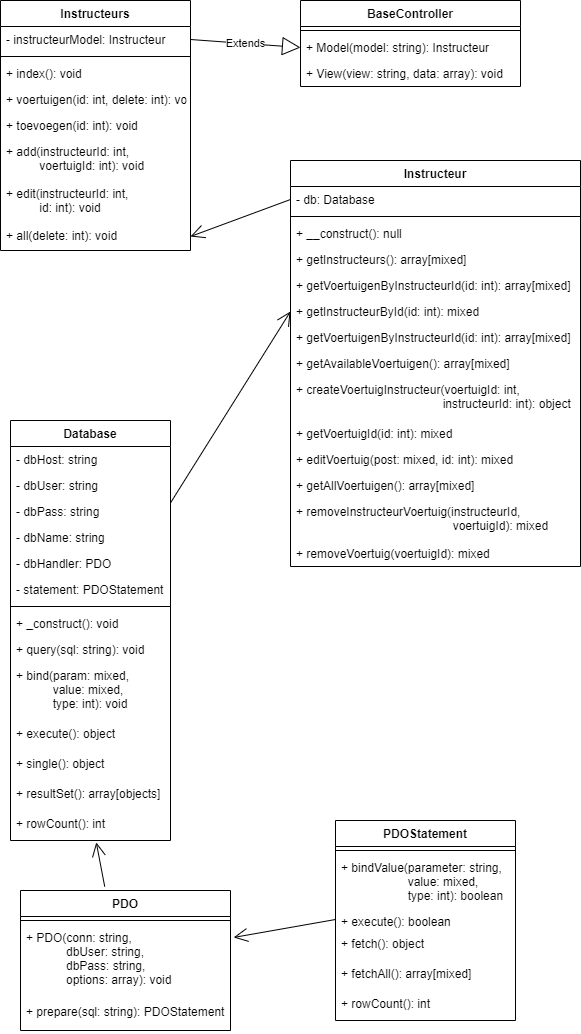
Earlier version of the draw.io export docs/beJ2P3class.drawio.png (dphoeng/BE-opdracht11-329163). Source tidied: cells renumbered, new cells last; positions are measured from the earlier drawing's top-left corner, leaving out a move shared by most shapes. The source it was exported from:
```xml
<mxGraphModel>
  <root>
    <mxCell id="0" />
    <mxCell id="1" parent="0" />
    <mxCell id="2" value="Instructeurs" style="swimlane;fontStyle=1;align=center;verticalAlign=top;horizontal=1;startSize=26;" parent="1" vertex="1">
      <mxGeometry width="190" height="250" as="geometry" />
    </mxCell>
    <mxCell id="3" value="- instructeurModel: Instructeur" style="text;strokeColor=none;fillColor=none;align=left;verticalAlign=top;spacingLeft=4;spacingRight=4;overflow=hidden;points=[[0,0.5],[1,0.5]];portConstraint=eastwest;" parent="2" vertex="1">
      <mxGeometry y="26" width="190" height="26" as="geometry" />
    </mxCell>
    <mxCell id="4" style="line;strokeWidth=1;fillColor=none;align=left;verticalAlign=middle;spacingTop=-1;spacingLeft=3;spacingRight=3;labelPosition=right;strokeColor=inherit;" parent="2" vertex="1">
      <mxGeometry y="52" width="190" height="8" as="geometry" />
    </mxCell>
    <mxCell id="5" value="+ index(): void" style="text;strokeColor=none;fillColor=none;align=left;verticalAlign=top;spacingLeft=4;spacingRight=4;overflow=hidden;" parent="2" vertex="1">
      <mxGeometry y="60" width="190" height="26" as="geometry" />
    </mxCell>
    <mxCell id="6" value="+ voertuigen(id: int, delete: int): void" style="text;strokeColor=none;fillColor=none;align=left;verticalAlign=top;spacingLeft=4;spacingRight=4;overflow=hidden;" parent="2" vertex="1">
      <mxGeometry y="86" width="190" height="26" as="geometry" />
    </mxCell>
    <mxCell id="7" value="+ toevoegen(id: int): void" style="text;strokeColor=none;fillColor=none;align=left;verticalAlign=top;spacingLeft=4;spacingRight=4;overflow=hidden;" parent="2" vertex="1">
      <mxGeometry y="112" width="190" height="26" as="geometry" />
    </mxCell>
    <mxCell id="8" value="+ add(instructeurId: int,&#10;          voertuigId: int): void" style="text;strokeColor=none;fillColor=none;align=left;verticalAlign=top;spacingLeft=4;spacingRight=4;overflow=hidden;" parent="2" vertex="1">
      <mxGeometry y="138" width="190" height="42" as="geometry" />
    </mxCell>
    <mxCell id="9" value="+ edit(instructeurId: int,&#10;          id: int): void" style="text;strokeColor=none;fillColor=none;align=left;verticalAlign=top;spacingLeft=4;spacingRight=4;overflow=hidden;" parent="2" vertex="1">
      <mxGeometry y="180" width="190" height="42" as="geometry" />
    </mxCell>
    <mxCell id="10" value="+ all(delete: int): void" style="text;strokeColor=none;fillColor=none;align=left;verticalAlign=top;spacingLeft=4;spacingRight=4;overflow=hidden;points=[[0,0.5],[1,0.5]];portConstraint=eastwest;" parent="2" vertex="1">
      <mxGeometry y="222" width="190" height="28" as="geometry" />
    </mxCell>
    <mxCell id="11" value="BaseController" style="swimlane;fontStyle=1;align=center;verticalAlign=top;horizontal=1;startSize=26;" parent="1" vertex="1">
      <mxGeometry x="300" width="220" height="86" as="geometry" />
    </mxCell>
    <mxCell id="12" style="line;strokeWidth=1;fillColor=none;align=left;verticalAlign=middle;spacingTop=-1;spacingLeft=3;spacingRight=3;labelPosition=right;strokeColor=inherit;" parent="11" vertex="1">
      <mxGeometry y="26" width="220" height="8" as="geometry" />
    </mxCell>
    <mxCell id="13" value="+ Model(model: string): Instructeur" style="text;strokeColor=none;fillColor=none;align=left;verticalAlign=top;spacingLeft=4;spacingRight=4;overflow=hidden;points=[[0,0.5],[1,0.5]];portConstraint=eastwest;" parent="11" vertex="1">
      <mxGeometry y="34" width="220" height="26" as="geometry" />
    </mxCell>
    <mxCell id="14" value="+ View(view: string, data: array): void" style="text;strokeColor=none;fillColor=none;align=left;verticalAlign=top;spacingLeft=4;spacingRight=4;overflow=hidden;" parent="11" vertex="1">
      <mxGeometry y="60" width="220" height="26" as="geometry" />
    </mxCell>
    <mxCell id="15" value="Database" style="swimlane;fontStyle=1;align=center;verticalAlign=top;horizontal=1;startSize=26;" parent="1" vertex="1">
      <mxGeometry x="10" y="420" width="160" height="420" as="geometry" />
    </mxCell>
    <mxCell id="16" value="- dbHost: string" style="text;strokeColor=none;fillColor=none;align=left;verticalAlign=top;spacingLeft=4;spacingRight=4;overflow=hidden;" parent="15" vertex="1">
      <mxGeometry y="26" width="160" height="26" as="geometry" />
    </mxCell>
    <mxCell id="17" value="- dbUser: string" style="text;strokeColor=none;fillColor=none;align=left;verticalAlign=top;spacingLeft=4;spacingRight=4;overflow=hidden;" parent="15" vertex="1">
      <mxGeometry y="52" width="160" height="26" as="geometry" />
    </mxCell>
    <mxCell id="18" value="- dbPass: string" style="text;strokeColor=none;fillColor=none;align=left;verticalAlign=top;spacingLeft=4;spacingRight=4;overflow=hidden;" parent="15" vertex="1">
      <mxGeometry y="78" width="160" height="26" as="geometry" />
    </mxCell>
    <mxCell id="19" value="- dbName: string" style="text;strokeColor=none;fillColor=none;align=left;verticalAlign=top;spacingLeft=4;spacingRight=4;overflow=hidden;" parent="15" vertex="1">
      <mxGeometry y="104" width="160" height="26" as="geometry" />
    </mxCell>
    <mxCell id="20" value="- dbHandler: PDO" style="text;strokeColor=none;fillColor=none;align=left;verticalAlign=top;spacingLeft=4;spacingRight=4;overflow=hidden;" parent="15" vertex="1">
      <mxGeometry y="130" width="160" height="26" as="geometry" />
    </mxCell>
    <mxCell id="21" value="- statement: PDOStatement" style="text;strokeColor=none;fillColor=none;align=left;verticalAlign=top;spacingLeft=4;spacingRight=4;overflow=hidden;" parent="15" vertex="1">
      <mxGeometry y="156" width="160" height="26" as="geometry" />
    </mxCell>
    <mxCell id="22" style="line;strokeWidth=1;fillColor=none;align=left;verticalAlign=middle;spacingTop=-1;spacingLeft=3;spacingRight=3;labelPosition=right;strokeColor=inherit;" parent="15" vertex="1">
      <mxGeometry y="182" width="160" height="8" as="geometry" />
    </mxCell>
    <mxCell id="23" value="+ _construct(): void" style="text;strokeColor=none;fillColor=none;align=left;verticalAlign=top;spacingLeft=4;spacingRight=4;overflow=hidden;" parent="15" vertex="1">
      <mxGeometry y="190" width="160" height="26" as="geometry" />
    </mxCell>
    <mxCell id="24" value="+ query(sql: string): void" style="text;strokeColor=none;fillColor=none;align=left;verticalAlign=top;spacingLeft=4;spacingRight=4;overflow=hidden;" parent="15" vertex="1">
      <mxGeometry y="216" width="160" height="26" as="geometry" />
    </mxCell>
    <mxCell id="25" value="+ bind(param: mixed, &#10;           value: mixed,&#10;           type: int): void" style="text;strokeColor=none;fillColor=none;align=left;verticalAlign=top;spacingLeft=4;spacingRight=4;overflow=hidden;" parent="15" vertex="1">
      <mxGeometry y="242" width="160" height="58" as="geometry" />
    </mxCell>
    <mxCell id="26" value="+ execute(): object" style="text;strokeColor=none;fillColor=none;align=left;verticalAlign=top;spacingLeft=4;spacingRight=4;overflow=hidden;" parent="15" vertex="1">
      <mxGeometry y="300" width="160" height="30" as="geometry" />
    </mxCell>
    <mxCell id="27" value="+ single(): object" style="text;strokeColor=none;fillColor=none;align=left;verticalAlign=top;spacingLeft=4;spacingRight=4;overflow=hidden;" parent="15" vertex="1">
      <mxGeometry y="330" width="160" height="30" as="geometry" />
    </mxCell>
    <mxCell id="28" value="+ resultSet(): array[objects]" style="text;strokeColor=none;fillColor=none;align=left;verticalAlign=top;spacingLeft=4;spacingRight=4;overflow=hidden;" parent="15" vertex="1">
      <mxGeometry y="360" width="160" height="30" as="geometry" />
    </mxCell>
    <mxCell id="29" value="+ rowCount(): int" style="text;strokeColor=none;fillColor=none;align=left;verticalAlign=top;spacingLeft=4;spacingRight=4;overflow=hidden;points=[[0,0.5],[1,0.5]];portConstraint=eastwest;" parent="15" vertex="1">
      <mxGeometry y="390" width="160" height="30" as="geometry" />
    </mxCell>
    <mxCell id="30" value="Instructeur" style="swimlane;fontStyle=1;align=center;verticalAlign=top;horizontal=1;startSize=26;" parent="1" vertex="1">
      <mxGeometry x="290" y="160" width="290" height="406" as="geometry" />
    </mxCell>
    <mxCell id="31" value="- db: Database" style="text;strokeColor=none;fillColor=none;align=left;verticalAlign=top;spacingLeft=4;spacingRight=4;overflow=hidden;points=[[0,0.5],[1,0.5]];portConstraint=eastwest;" parent="30" vertex="1">
      <mxGeometry y="26" width="290" height="26" as="geometry" />
    </mxCell>
    <mxCell id="32" style="line;strokeWidth=1;fillColor=none;align=left;verticalAlign=middle;spacingTop=-1;spacingLeft=3;spacingRight=3;labelPosition=right;strokeColor=inherit;" parent="30" vertex="1">
      <mxGeometry y="52" width="290" height="8" as="geometry" />
    </mxCell>
    <mxCell id="33" value="+ __construct(): null" style="text;strokeColor=none;fillColor=none;align=left;verticalAlign=top;spacingLeft=4;spacingRight=4;overflow=hidden;" parent="30" vertex="1">
      <mxGeometry y="60" width="290" height="26" as="geometry" />
    </mxCell>
    <mxCell id="34" value="+ getInstructeurs(): array[mixed]" style="text;strokeColor=none;fillColor=none;align=left;verticalAlign=top;spacingLeft=4;spacingRight=4;overflow=hidden;" parent="30" vertex="1">
      <mxGeometry y="86" width="290" height="26" as="geometry" />
    </mxCell>
    <mxCell id="35" value="+ getVoertuigenByInstructeurId(id: int): array[mixed]" style="text;strokeColor=none;fillColor=none;align=left;verticalAlign=top;spacingLeft=4;spacingRight=4;overflow=hidden;" parent="30" vertex="1">
      <mxGeometry y="112" width="290" height="26" as="geometry" />
    </mxCell>
    <mxCell id="36" value="+ getInstructeurById(id: int): mixed" style="text;strokeColor=none;fillColor=none;align=left;verticalAlign=top;spacingLeft=4;spacingRight=4;overflow=hidden;points=[[0,0.5],[1,0.5]];portConstraint=eastwest;" parent="30" vertex="1">
      <mxGeometry y="138" width="290" height="26" as="geometry" />
    </mxCell>
    <mxCell id="37" value="+ getVoertuigenByInstructeurId(id: int): array[mixed]" style="text;strokeColor=none;fillColor=none;align=left;verticalAlign=top;spacingLeft=4;spacingRight=4;overflow=hidden;" parent="30" vertex="1">
      <mxGeometry y="164" width="290" height="26" as="geometry" />
    </mxCell>
    <mxCell id="38" value="+ getAvailableVoertuigen(): array[mixed]" style="text;strokeColor=none;fillColor=none;align=left;verticalAlign=top;spacingLeft=4;spacingRight=4;overflow=hidden;" parent="30" vertex="1">
      <mxGeometry y="190" width="290" height="26" as="geometry" />
    </mxCell>
    <mxCell id="39" value="+ createVoertuigInstructeur(voertuigId: int,&#10;                                            instructeurId: int): object" style="text;strokeColor=none;fillColor=none;align=left;verticalAlign=top;spacingLeft=4;spacingRight=4;overflow=hidden;" parent="30" vertex="1">
      <mxGeometry y="216" width="290" height="44" as="geometry" />
    </mxCell>
    <mxCell id="40" value="+ getVoertuigId(id: int): mixed" style="text;strokeColor=none;fillColor=none;align=left;verticalAlign=top;spacingLeft=4;spacingRight=4;overflow=hidden;" parent="30" vertex="1">
      <mxGeometry y="260" width="290" height="26" as="geometry" />
    </mxCell>
    <mxCell id="41" value="+ editVoertuig(post: mixed, id: int): mixed" style="text;strokeColor=none;fillColor=none;align=left;verticalAlign=top;spacingLeft=4;spacingRight=4;overflow=hidden;" parent="30" vertex="1">
      <mxGeometry y="286" width="290" height="26" as="geometry" />
    </mxCell>
    <mxCell id="42" value="+ getAllVoertuigen(): array[mixed]" style="text;strokeColor=none;fillColor=none;align=left;verticalAlign=top;spacingLeft=4;spacingRight=4;overflow=hidden;" parent="30" vertex="1">
      <mxGeometry y="312" width="290" height="26" as="geometry" />
    </mxCell>
    <mxCell id="43" value="+ removeInstructeurVoertuig(instructeurId,&#10;                                               voertuigId): mixed" style="text;strokeColor=none;fillColor=none;align=left;verticalAlign=top;spacingLeft=4;spacingRight=4;overflow=hidden;" parent="30" vertex="1">
      <mxGeometry y="338" width="290" height="42" as="geometry" />
    </mxCell>
    <mxCell id="44" value="+ removeVoertuig(voertuigId): mixed" style="text;strokeColor=none;fillColor=none;align=left;verticalAlign=top;spacingLeft=4;spacingRight=4;overflow=hidden;" parent="30" vertex="1">
      <mxGeometry y="380" width="290" height="26" as="geometry" />
    </mxCell>
    <mxCell id="45" value="PDO" style="swimlane;fontStyle=1;align=center;verticalAlign=top;horizontal=1;startSize=26;" parent="1" vertex="1">
      <mxGeometry x="20" y="890" width="210" height="140" as="geometry" />
    </mxCell>
    <mxCell id="46" style="line;strokeWidth=1;fillColor=none;align=left;verticalAlign=middle;spacingTop=-1;spacingLeft=3;spacingRight=3;labelPosition=right;strokeColor=inherit;" parent="45" vertex="1">
      <mxGeometry y="26" width="210" height="8" as="geometry" />
    </mxCell>
    <mxCell id="47" value="+ PDO(conn: string,&#10;            dbUser: string,&#10;            dbPass: string,&#10;            options: array): void" style="text;strokeColor=none;fillColor=none;align=left;verticalAlign=top;spacingLeft=4;spacingRight=4;overflow=hidden;points=[[0,0.5],[1,0.5]];portConstraint=eastwest;" parent="45" vertex="1">
      <mxGeometry y="34" width="210" height="74" as="geometry" />
    </mxCell>
    <mxCell id="48" value="+ prepare(sql: string): PDOStatement" style="text;strokeColor=none;fillColor=none;align=left;verticalAlign=top;spacingLeft=4;spacingRight=4;overflow=hidden;" parent="45" vertex="1">
      <mxGeometry y="108" width="210" height="32" as="geometry" />
    </mxCell>
    <mxCell id="49" value="PDOStatement" style="swimlane;fontStyle=1;align=center;verticalAlign=top;horizontal=1;startSize=26;" parent="1" vertex="1">
      <mxGeometry x="335" y="820" width="180" height="200" as="geometry" />
    </mxCell>
    <mxCell id="50" style="line;strokeWidth=1;fillColor=none;align=left;verticalAlign=middle;spacingTop=-1;spacingLeft=3;spacingRight=3;labelPosition=right;strokeColor=inherit;" parent="49" vertex="1">
      <mxGeometry y="26" width="180" height="8" as="geometry" />
    </mxCell>
    <mxCell id="51" value="+ bindValue(parameter: string,&#10;                    value: mixed,&#10;                    type: int): boolean" style="text;strokeColor=none;fillColor=none;align=left;verticalAlign=top;spacingLeft=4;spacingRight=4;overflow=hidden;" parent="49" vertex="1">
      <mxGeometry y="34" width="180" height="54" as="geometry" />
    </mxCell>
    <mxCell id="52" value="+ execute(): boolean" style="text;strokeColor=none;fillColor=none;align=left;verticalAlign=top;spacingLeft=4;spacingRight=4;overflow=hidden;points=[[0,0.5],[1,0.5]];portConstraint=eastwest;" parent="49" vertex="1">
      <mxGeometry y="88" width="180" height="22" as="geometry" />
    </mxCell>
    <mxCell id="53" value="+ fetch(): object" style="text;strokeColor=none;fillColor=none;align=left;verticalAlign=top;spacingLeft=4;spacingRight=4;overflow=hidden;" parent="49" vertex="1">
      <mxGeometry y="110" width="180" height="30" as="geometry" />
    </mxCell>
    <mxCell id="54" value="+ fetchAll(): array[mixed]" style="text;strokeColor=none;fillColor=none;align=left;verticalAlign=top;spacingLeft=4;spacingRight=4;overflow=hidden;" parent="49" vertex="1">
      <mxGeometry y="140" width="180" height="30" as="geometry" />
    </mxCell>
    <mxCell id="55" value="+ rowCount(): int" style="text;strokeColor=none;fillColor=none;align=left;verticalAlign=top;spacingLeft=4;spacingRight=4;overflow=hidden;" parent="49" vertex="1">
      <mxGeometry y="170" width="180" height="30" as="geometry" />
    </mxCell>
    <mxCell id="56" value="Extends" style="endArrow=block;endSize=16;endFill=0;html=1;rounded=0;exitX=1;exitY=0.5;exitDx=0;exitDy=0;entryX=0;entryY=0.5;entryDx=0;entryDy=0;" parent="1" edge="1" source="3" target="13">
      <mxGeometry relative="1" as="geometry" />
    </mxCell>
    <mxCell id="57" style="endArrow=open;endFill=1;endSize=12;html=1;rounded=0;entryX=1;entryY=0.5;entryDx=0;entryDy=0;exitX=0;exitY=0.5;exitDx=0;exitDy=0;" parent="1" edge="1" source="31" target="10">
      <mxGeometry relative="1" as="geometry" />
    </mxCell>
    <mxCell id="58" style="endArrow=open;endFill=1;endSize=12;html=1;rounded=0;entryX=0;entryY=0.5;entryDx=0;entryDy=0;" parent="1" edge="1" source="15" target="36">
      <mxGeometry relative="1" as="geometry" />
    </mxCell>
    <mxCell id="59" style="endArrow=open;endFill=1;endSize=12;html=1;rounded=0;entryX=0.536;entryY=1.063;entryDx=0;entryDy=0;exitX=0.401;exitY=-0.028;exitDx=0;exitDy=0;entryPerimeter=0;exitPerimeter=0;" parent="1" edge="1" source="45" target="29">
      <mxGeometry relative="1" as="geometry" />
    </mxCell>
    <mxCell id="60" style="endArrow=open;endFill=1;endSize=12;html=1;rounded=0;entryX=1.015;entryY=0.175;entryDx=0;entryDy=0;exitX=0;exitY=0.5;exitDx=0;exitDy=0;entryPerimeter=0;" parent="1" edge="1" source="52" target="47">
      <mxGeometry relative="1" as="geometry" />
    </mxCell>
  </root>
</mxGraphModel>
```
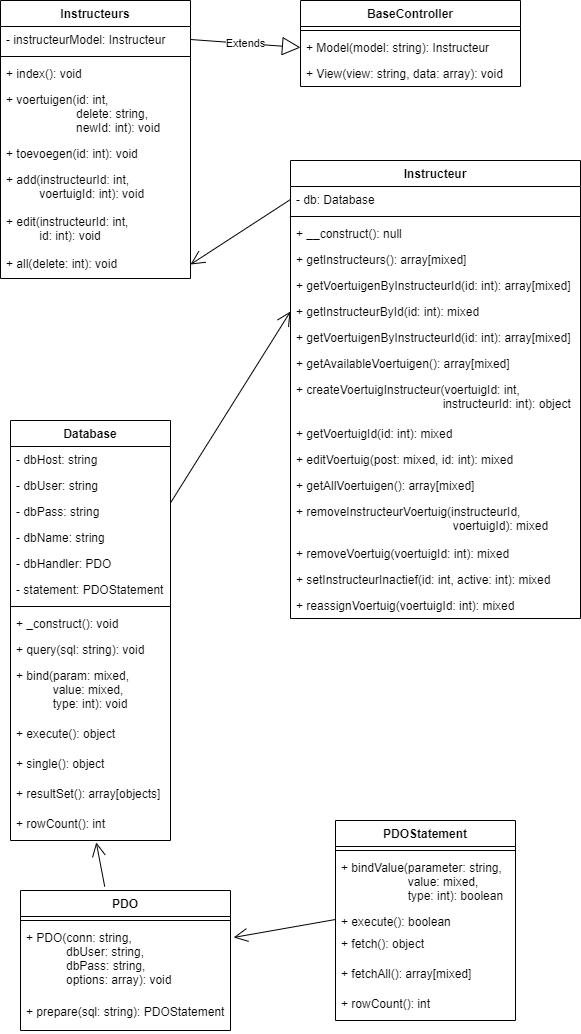
Above is the later version.

Commit message:
Edited class diagram

Change to the diagram source:
```diff
@@ -3,7 +3,7 @@
     <mxCell id="0" />
     <mxCell id="1" parent="0" />
     <mxCell id="2" value="Instructeurs" style="swimlane;fontStyle=1;align=center;verticalAlign=top;horizontal=1;startSize=26;" parent="1" vertex="1">
-      <mxGeometry width="190" height="250" as="geometry" />
+      <mxGeometry width="190" height="278" as="geometry" />
     </mxCell>
     <mxCell id="3" value="- instructeurModel: Instructeur" style="text;strokeColor=none;fillColor=none;align=left;verticalAlign=top;spacingLeft=4;spacingRight=4;overflow=hidden;points=[[0,0.5],[1,0.5]];portConstraint=eastwest;" parent="2" vertex="1">
       <mxGeometry y="26" width="190" height="26" as="geometry" />
@@ -14,20 +14,20 @@
     <mxCell id="5" value="+ index(): void" style="text;strokeColor=none;fillColor=none;align=left;verticalAlign=top;spacingLeft=4;spacingRight=4;overflow=hidden;" parent="2" vertex="1">
       <mxGeometry y="60" width="190" height="26" as="geometry" />
     </mxCell>
-    <mxCell id="6" value="+ voertuigen(id: int, delete: int): void" style="text;strokeColor=none;fillColor=none;align=left;verticalAlign=top;spacingLeft=4;spacingRight=4;overflow=hidden;" parent="2" vertex="1">
-      <mxGeometry y="86" width="190" height="26" as="geometry" />
+    <mxCell id="6" value="+ voertuigen(id: int, &#10;                     delete: string, &#10;                     newId: int): void" style="text;strokeColor=none;fillColor=none;align=left;verticalAlign=top;spacingLeft=4;spacingRight=4;overflow=hidden;" parent="2" vertex="1">
+      <mxGeometry y="86" width="190" height="54" as="geometry" />
     </mxCell>
     <mxCell id="7" value="+ toevoegen(id: int): void" style="text;strokeColor=none;fillColor=none;align=left;verticalAlign=top;spacingLeft=4;spacingRight=4;overflow=hidden;" parent="2" vertex="1">
-      <mxGeometry y="112" width="190" height="26" as="geometry" />
+      <mxGeometry y="140" width="190" height="26" as="geometry" />
     </mxCell>
     <mxCell id="8" value="+ add(instructeurId: int,&#10;          voertuigId: int): void" style="text;strokeColor=none;fillColor=none;align=left;verticalAlign=top;spacingLeft=4;spacingRight=4;overflow=hidden;" parent="2" vertex="1">
-      <mxGeometry y="138" width="190" height="42" as="geometry" />
+      <mxGeometry y="166" width="190" height="42" as="geometry" />
     </mxCell>
     <mxCell id="9" value="+ edit(instructeurId: int,&#10;          id: int): void" style="text;strokeColor=none;fillColor=none;align=left;verticalAlign=top;spacingLeft=4;spacingRight=4;overflow=hidden;" parent="2" vertex="1">
-      <mxGeometry y="180" width="190" height="42" as="geometry" />
+      <mxGeometry y="208" width="190" height="42" as="geometry" />
     </mxCell>
     <mxCell id="10" value="+ all(delete: int): void" style="text;strokeColor=none;fillColor=none;align=left;verticalAlign=top;spacingLeft=4;spacingRight=4;overflow=hidden;points=[[0,0.5],[1,0.5]];portConstraint=eastwest;" parent="2" vertex="1">
-      <mxGeometry y="222" width="190" height="28" as="geometry" />
+      <mxGeometry y="250" width="190" height="28" as="geometry" />
     </mxCell>
     <mxCell id="11" value="BaseController" style="swimlane;fontStyle=1;align=center;verticalAlign=top;horizontal=1;startSize=26;" parent="1" vertex="1">
       <mxGeometry x="300" width="220" height="86" as="geometry" />
@@ -87,7 +87,7 @@
       <mxGeometry y="390" width="160" height="30" as="geometry" />
     </mxCell>
     <mxCell id="30" value="Instructeur" style="swimlane;fontStyle=1;align=center;verticalAlign=top;horizontal=1;startSize=26;" parent="1" vertex="1">
-      <mxGeometry x="290" y="160" width="290" height="406" as="geometry" />
+      <mxGeometry x="290" y="160" width="290" height="458" as="geometry" />
     </mxCell>
     <mxCell id="31" value="- db: Database" style="text;strokeColor=none;fillColor=none;align=left;verticalAlign=top;spacingLeft=4;spacingRight=4;overflow=hidden;points=[[0,0.5],[1,0.5]];portConstraint=eastwest;" parent="30" vertex="1">
       <mxGeometry y="26" width="290" height="26" as="geometry" />
@@ -128,9 +128,15 @@
     <mxCell id="43" value="+ removeInstructeurVoertuig(instructeurId,&#10;                                               voertuigId): mixed" style="text;strokeColor=none;fillColor=none;align=left;verticalAlign=top;spacingLeft=4;spacingRight=4;overflow=hidden;" parent="30" vertex="1">
       <mxGeometry y="338" width="290" height="42" as="geometry" />
     </mxCell>
-    <mxCell id="44" value="+ removeVoertuig(voertuigId): mixed" style="text;strokeColor=none;fillColor=none;align=left;verticalAlign=top;spacingLeft=4;spacingRight=4;overflow=hidden;" parent="30" vertex="1">
+    <mxCell id="44" value="+ removeVoertuig(voertuigId: int): mixed" style="text;strokeColor=none;fillColor=none;align=left;verticalAlign=top;spacingLeft=4;spacingRight=4;overflow=hidden;" parent="30" vertex="1">
       <mxGeometry y="380" width="290" height="26" as="geometry" />
     </mxCell>
+    <mxCell id="61" value="+ setInstructeurInactief(id: int, active: int): mixed" style="text;strokeColor=none;fillColor=none;align=left;verticalAlign=top;spacingLeft=4;spacingRight=4;overflow=hidden;" parent="30" vertex="1">
+      <mxGeometry y="406" width="290" height="26" as="geometry" />
+    </mxCell>
+    <mxCell id="62" value="+ reassignVoertuig(voertuigId: int): mixed" style="text;strokeColor=none;fillColor=none;align=left;verticalAlign=top;spacingLeft=4;spacingRight=4;overflow=hidden;" parent="30" vertex="1">
+      <mxGeometry y="432" width="290" height="26" as="geometry" />
+    </mxCell>
     <mxCell id="45" value="PDO" style="swimlane;fontStyle=1;align=center;verticalAlign=top;horizontal=1;startSize=26;" parent="1" vertex="1">
       <mxGeometry x="20" y="890" width="210" height="140" as="geometry" />
     </mxCell>
```
